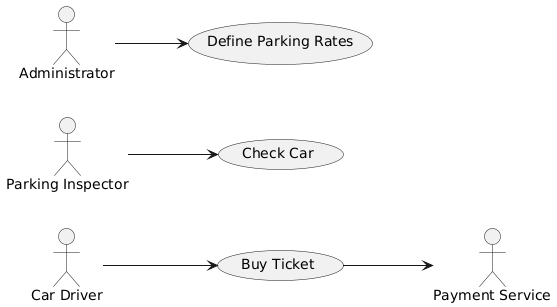
This is docs/diagrams/use-cases.png from asterkin/bz-taew-py, a PlantUML export, as it was before one commit. Source of this version:
```plantuml
@startuml

left to right direction

usecase "Buy Ticket"
actor "Car Driver"
actor "Payment Service"
"Car Driver" --> "Buy Ticket"
"Buy Ticket" --> "Payment Service"

"Parking Inspector" --> (Check Car)
Administrator --> (Define Parking Rates)

@enduml
```
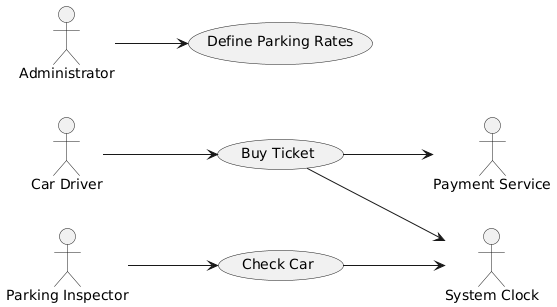
The same file after the commit.

Change to the diagram source:
```diff
@@ -2,13 +2,18 @@
 
 left to right direction
 
-usecase "Buy Ticket"
 actor "Car Driver"
 actor "Payment Service"
+actor "System Clock"
+
+usecase "Buy Ticket"
 "Car Driver" --> "Buy Ticket"
 "Buy Ticket" --> "Payment Service"
+"Buy Ticket" --> "System Clock"
 
-"Parking Inspector" --> (Check Car)
+usecase "Check Car"
+"Parking Inspector" --> "Check Car"
+"Check Car" --> "System Clock"
 Administrator --> (Define Parking Rates)
 
 @enduml
```
